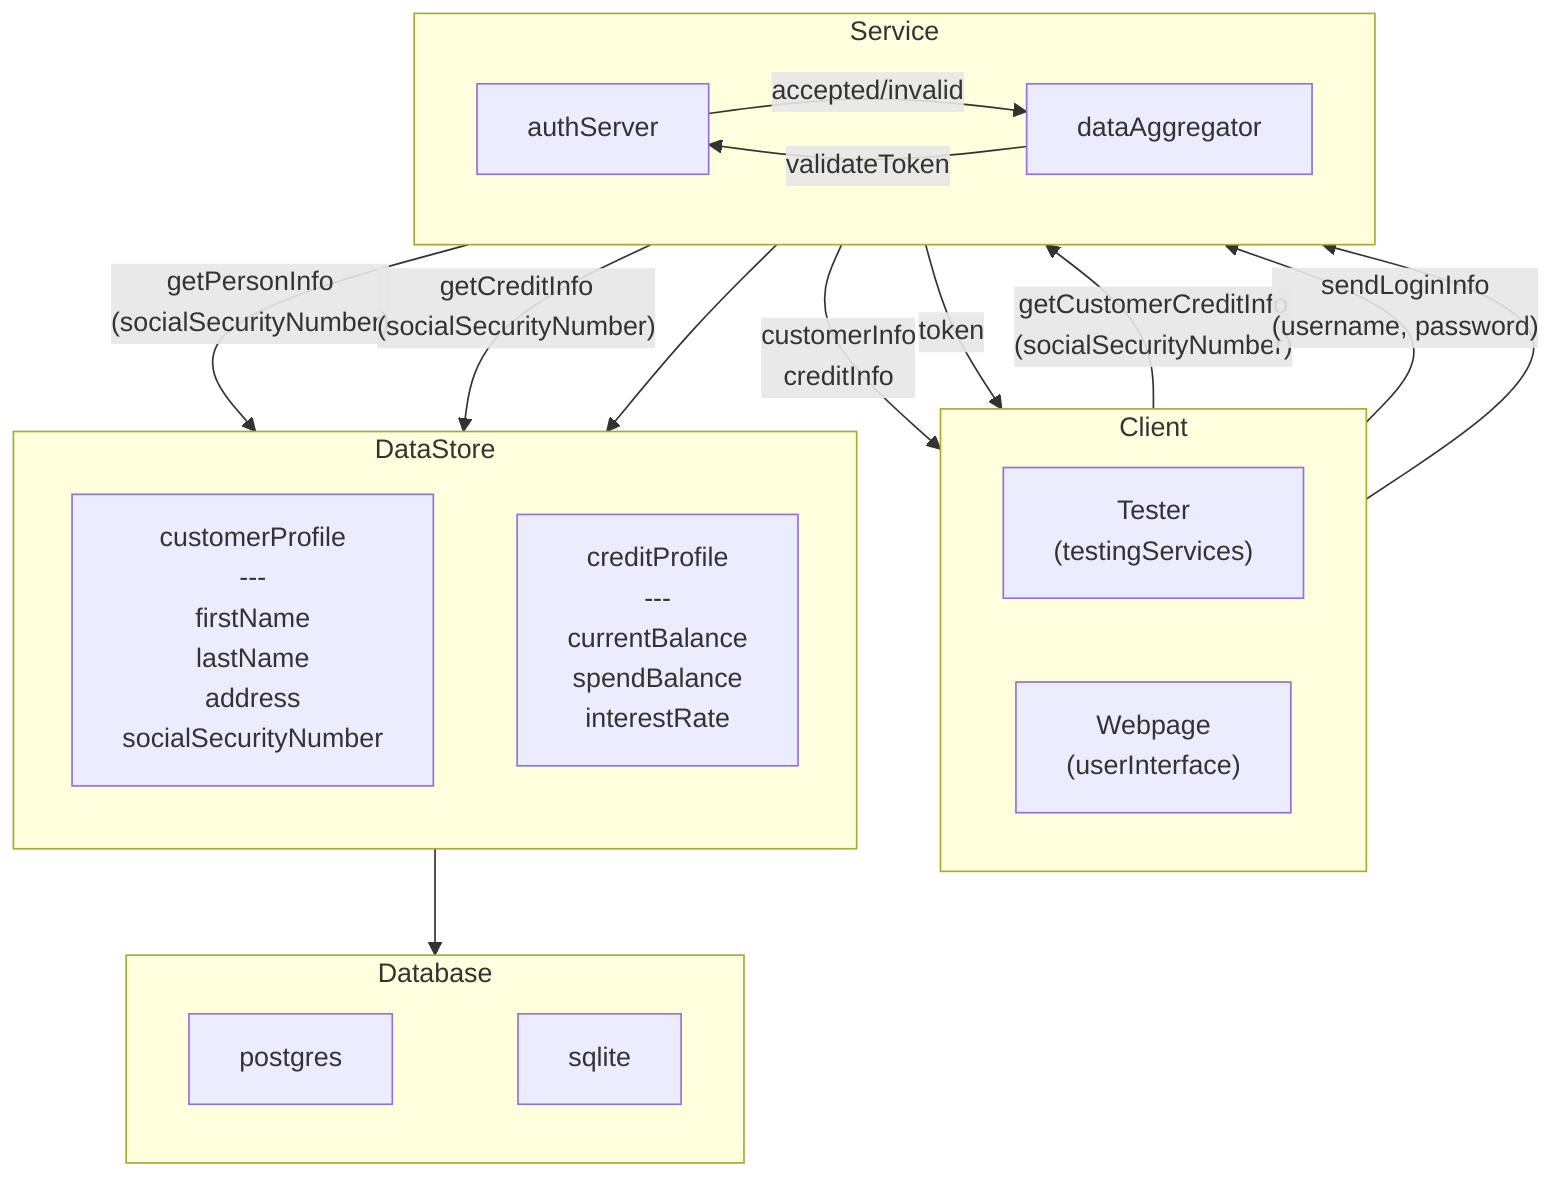
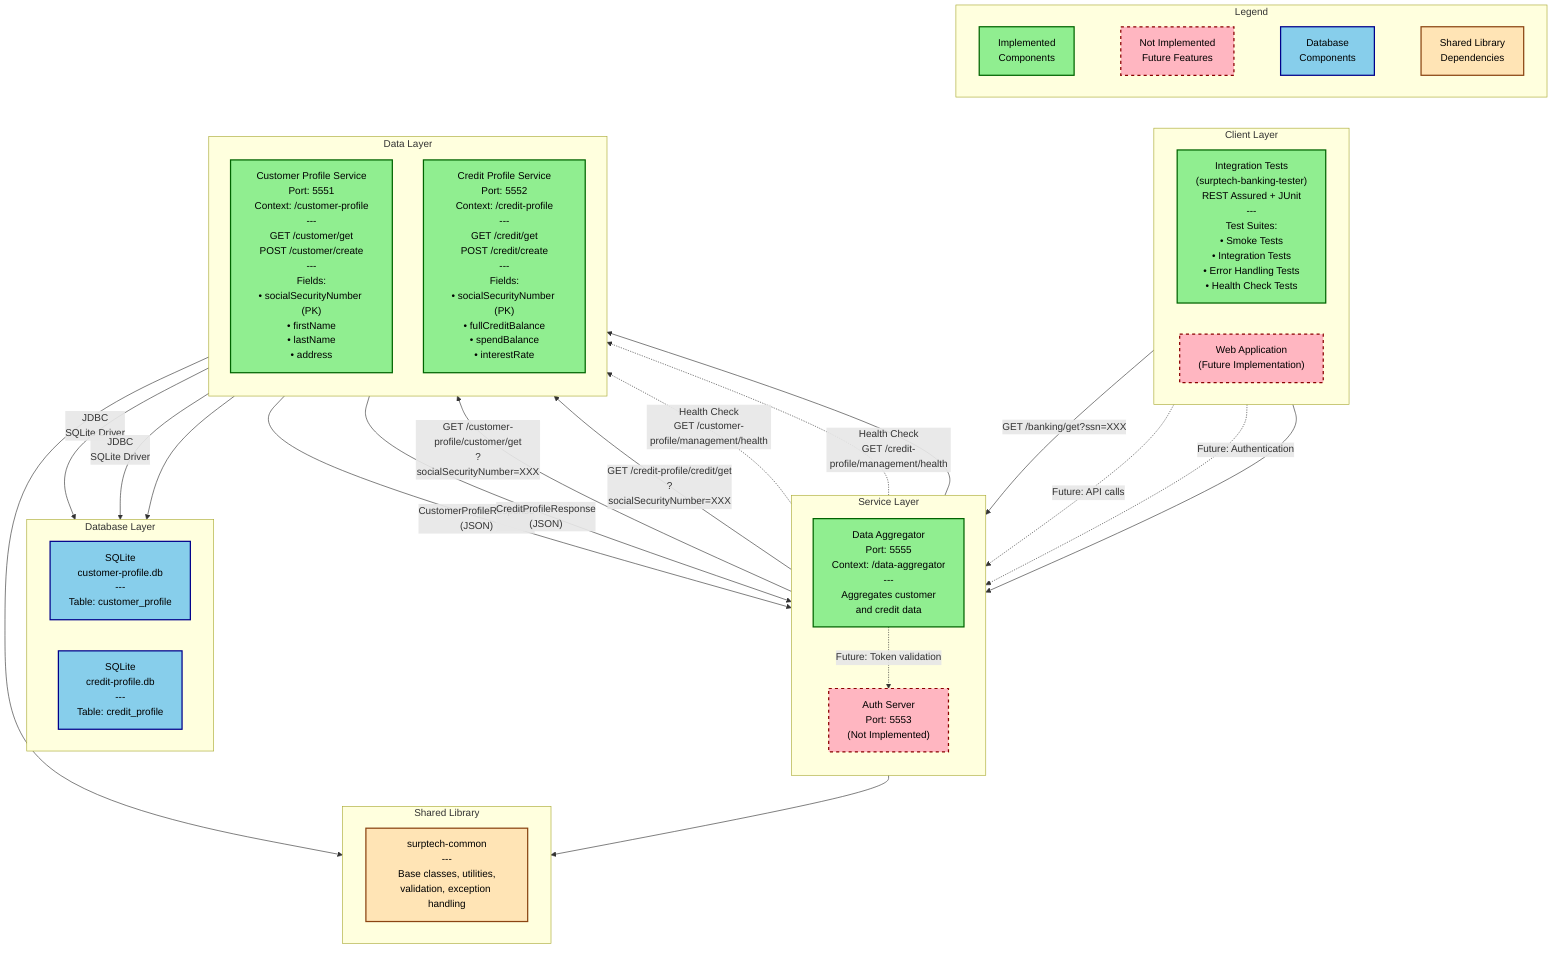
flowchart TD
-     subgraph Client["Client"]
+     subgraph Legend["Legend"]
        direction LR
-         Tester["Tester\n(testingServices)"]
-         Webpage["Webpage\n(userInterface)"]
+         LegendImplemented["Implemented\nComponents"]
+         LegendNotImplemented["Not Implemented\nFuture Features"]
+         LegendDatabase["Database\nComponents"]
+         LegendLibrary["Shared Library\nDependencies"]
+         LegendImplemented ~~~ LegendNotImplemented ~~~ LegendDatabase ~~~ LegendLibrary
    end

-     subgraph Service["Service"]
+     subgraph Client["Client Layer"]
        direction LR
-         authServer["authServer"]
-         dataAggregator["dataAggregator"]
+         Tester["Integration Tests\n(surptech-banking-tester)\nREST Assured + JUnit\n---\nTest Suites:\n• Smoke Tests\n• Integration Tests\n• Error Handling Tests\n• Health Check Tests"]
+         Webpage["Web Application\n(Future Implementation)"]
    end

-     subgraph DataStore["DataStore"]
+     subgraph ServiceLayer["Service Layer"]
        direction TB
-         customerProfile["customerProfile\n---\nfirstName\nlastName\naddress\nsocialSecurityNumber"]
-         creditProfile["creditProfile\n---\ncurrentBalance\nspendBalance\ninterestRate"]
+         DataAggregator["Data Aggregator\nPort: 5555\nContext: /data-aggregator\n---\nAggregates customer\nand credit data"]
+         AuthServer["Auth Server\nPort: 5553\n(Not Implemented)"]
    end

-     subgraph Database["Database"]
-         direction LR
-         postgres["postgres"]
-         sqlite["sqlite"]
-         postgres ~~~ sqlite
+     subgraph DataLayer["Data Layer"]
+         direction TB
+         CustomerProfile["Customer Profile Service\nPort: 5551\nContext: /customer-profile\n---\nGET /customer/get\nPOST /customer/create\n---\nFields:\n• socialSecurityNumber (PK)\n• firstName\n• lastName\n• address"]
+ 
+         CreditProfile["Credit Profile Service\nPort: 5552\nContext: /credit-profile\n---\nGET /credit/get\nPOST /credit/create\n---\nFields:\n• socialSecurityNumber (PK)\n• fullCreditBalance\n• spendBalance\n• interestRate"]
    end

-     %% Data aggregation flow
-     Client -- "getCustomerCreditInfo\n(socialSecurityNumber)" --> dataAggregator
-     dataAggregator -- "customerInfo\ncreditInfo" --> Client
+     subgraph DatabaseLayer["Database Layer"]
+         direction LR
+         CustomerDB["SQLite\ncustomer-profile.db\n---\nTable: customer_profile"]
+         CreditDB["SQLite\ncredit-profile.db\n---\nTable: credit_profile"]
+     end

-     %% Auth flow
-     Client -- "sendLoginInfo\n(username, password)" --> authServer
-     authServer -- "token" --> Client
+     subgraph SharedLib["Shared Library"]
+         Common["surptech-common\n---\nBase classes, utilities,\nvalidation, exception handling"]
+     end

-     %% Token validation - internal services
-     dataAggregator -- "validateToken" --> authServer
-     authServer -- "accepted/invalid" --> dataAggregator
+     %% Client to Service Layer
+     Tester -- "GET /banking/get?ssn=XXX" --> DataAggregator
+     Webpage -. "Future: API calls" .-> DataAggregator
+     Tester -. "Future: Authentication" .-> AuthServer

-     %% DataStore lookups
-     dataAggregator -- "getPersonInfo\n(socialSecurityNumber)" --> customerProfile
-     dataAggregator -- "getCreditInfo\n(socialSecurityNumber)" --> creditProfile
+     %% Layer connections (visible arrows without text)
+     Legend ~~~ Client
+     Client --> ServiceLayer

-     %% Anchors to force vertical layout
-     Client --> Service
-     Service --> DataStore
-     DataStore --> Database
+     %% Service Layer interactions
+     DataAggregator -- "GET /customer-profile/customer/get\n?socialSecurityNumber=XXX" --> CustomerProfile
+     DataAggregator -- "GET /credit-profile/credit/get\n?socialSecurityNumber=XXX" --> CreditProfile
+     DataAggregator -. "Future: Token validation" .-> AuthServer
+ 
+     %% Layer connections (visible arrows without text)
+     ServiceLayer --> DataLayer
+ 
+     %% Data Layer to Database
+     CustomerProfile -- "JDBC\nSQLite Driver" --> CustomerDB
+     CreditProfile -- "JDBC\nSQLite Driver" --> CreditDB
+ 
+     %% Layer connections (visible arrows without text)
+     DataLayer --> DatabaseLayer
+ 
+     %% Health Checks
+     DataAggregator -. "Health Check\nGET /customer-profile/management/health" .-> CustomerProfile
+     DataAggregator -. "Health Check\nGET /credit-profile/management/health" .-> CreditProfile
+ 
+     %% Response Flow
+     CustomerProfile -- "CustomerProfileResponse\n(JSON)" --> DataAggregator
+     CreditProfile -- "CreditProfileResponse\n(JSON)" --> DataAggregator
+ 
+     %% Layer connections to Shared Library (visible arrows without text)
+     ServiceLayer --> SharedLib
+     DataLayer --> SharedLib
+ 
+     %% Note: Test suite uses its own independent model (CustomerBankingInfo)
+     %% which mirrors the API response structure but has NO dependency on surptech-common
+ 
+     %% Styling
+     classDef implemented fill:#90EE90,stroke:#006400,stroke-width:2px,color:#000000
+     classDef notImplemented fill:#FFB6C1,stroke:#8B0000,stroke-width:2px,stroke-dasharray: 5 5,color:#000000
+     classDef database fill:#87CEEB,stroke:#00008B,stroke-width:2px,color:#000000
+     classDef library fill:#FFE4B5,stroke:#8B4513,stroke-width:2px,color:#000000
+ 
+     class DataAggregator,CustomerProfile,CreditProfile,Tester,LegendImplemented implemented
+     class AuthServer,Webpage,LegendNotImplemented notImplemented
+     class CustomerDB,CreditDB,LegendDatabase database
+     class Common,LegendLibrary library
